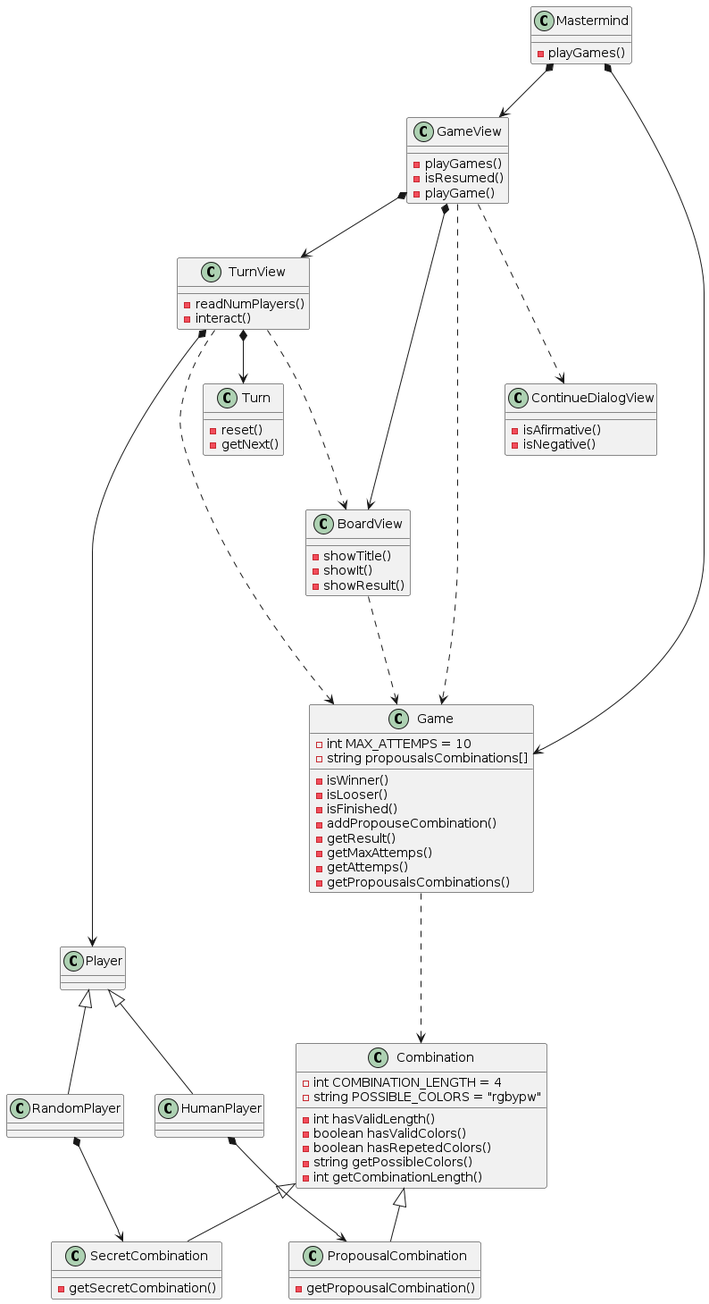
This is doc/img/mastermind_clases.png from garmitano/MasterPyD---Games, a PlantUML export, as it was before one commit.
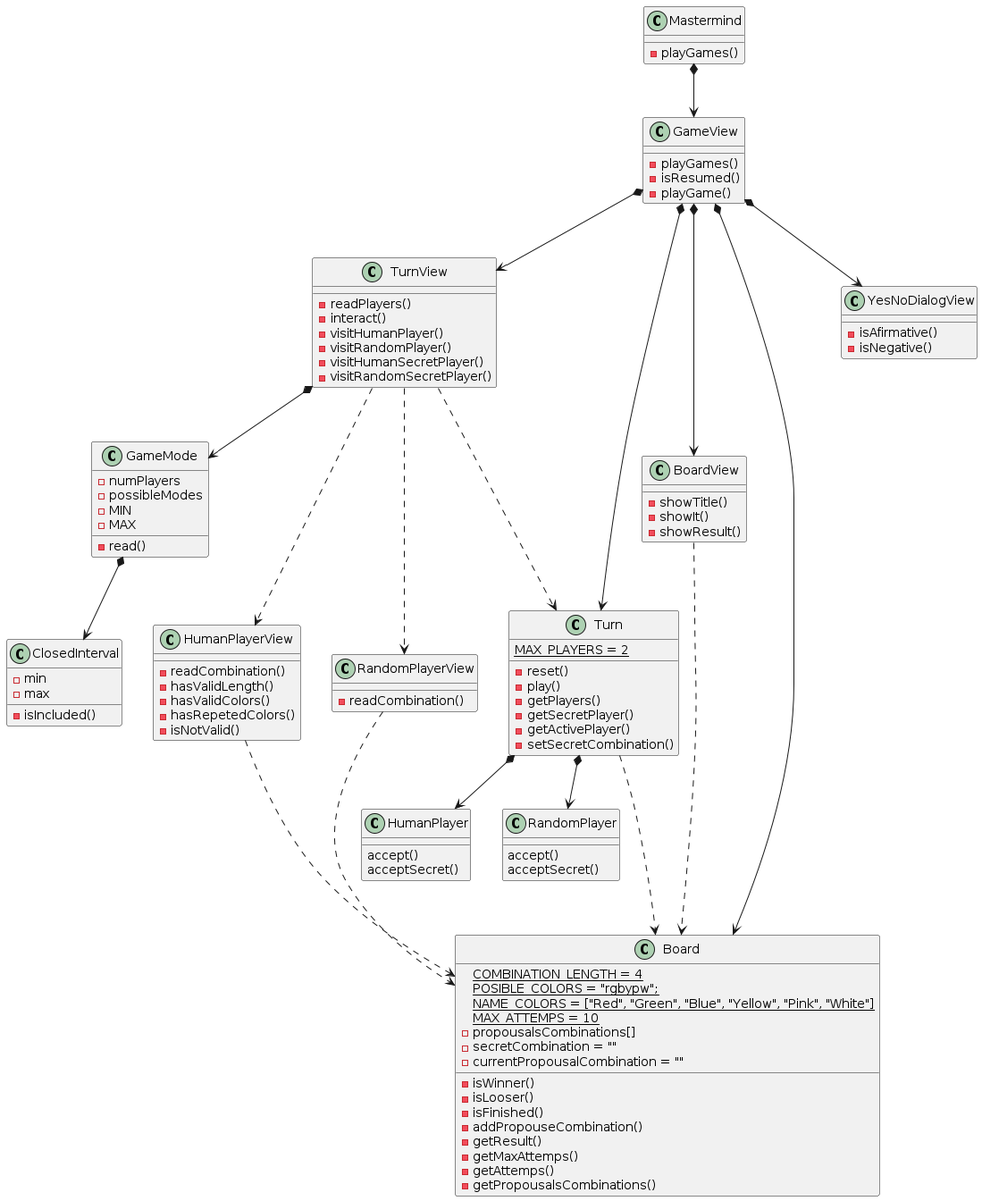
Later version of the same file.

What changed in the source:
```diff
@@ -4,9 +4,57 @@
     - playGames()
 }
 
-class Game {
-    - int MAX_ATTEMPS = 10
-    - string propousalsCombinations[]
+class GameView{
+    - playGames()
+    - isResumed()
+    - playGame()
+}
+
+class TurnView{
+    - readPlayers()
+    - interact()
+    - visitHumanPlayer()
+    - visitRandomPlayer()
+    - visitHumanSecretPlayer()
+    - visitRandomSecretPlayer()
+}
+
+class HumanPlayerView{
+    - readCombination()
+    - hasValidLength()
+    - hasValidColors()
+    - hasRepetedColors()
+    - isNotValid()
+}
+
+class RandomPlayerView{
+    - readCombination()
+}
+
+class Turn{
+    {static} MAX_PLAYERS = 2
+    - reset()
+    - play()
+    - getPlayers()
+    - getSecretPlayer()
+    - getActivePlayer()
+    - setSecretCombination()
+}
+
+class BoardView{
+    - showTitle()
+    - showIt()
+    - showResult()
+}
+
+class Board {
+    {static} COMBINATION_LENGTH = 4
+    {static} POSIBLE_COLORS = "rgbypw";
+    {static} NAME_COLORS = ["Red", "Green", "Blue", "Yellow", "Pink", "White"]
+    {static} MAX_ATTEMPS = 10
+    - propousalsCombinations[]
+    - secretCombination = ""
+    - currentPropousalCombination = ""
     - isWinner()
     - isLooser()
     - isFinished()
@@ -17,78 +65,57 @@
     - getPropousalsCombinations()
 }
 
-class GameView{
-    - playGames()
-    - isResumed()
-    - playGame()
+class HumanPlayer{
+    accept()
+    acceptSecret()
 }
 
-class TurnView{
-    - readNumPlayers()
-    - interact()
+class RandomPlayer{
+    accept()
+    acceptSecret()
 }
 
-class Turn{
-    - reset()
-    - getNext()
+class GameMode{
+    - numPlayers
+    - possibleModes
+    - MIN
+    - MAX
+    - read()
 }
 
-class BoardView{
-    - showTitle()
-    - showIt()
-    - showResult()
+class ClosedInterval{
+    - min
+    - max
+    - isIncluded()
 }
 
-class ContinueDialogView{
+class YesNoDialogView{
     - isAfirmative()
     - isNegative()
 }
 
-class Combination{
-    - int COMBINATION_LENGTH = 4
-    - string POSSIBLE_COLORS = "rgbypw"
-    - int hasValidLength()
-    - boolean hasValidColors()
-    - boolean hasRepetedColors()
-    - string getPossibleColors()
-    - int getCombinationLength()
-
-}
-class SecretCombination{
-    - getSecretCombination()
-}
-class PropousalCombination{
-    - getPropousalCombination()
-}
-
-class Player{}
-class RandomPlayer{}
-class HumanPlayer{}
-
 Mastermind *-down-> GameView
-Mastermind *-down-> Game
 
 GameView *-down-> BoardView
 GameView *-down-> TurnView
-GameView .-down-> Game
-GameView .-down-> ContinueDialogView
+GameView *-down-> Board
+GameView *-down-> Turn
+GameView *-down-> YesNoDialogView
 
-TurnView *-down-> Turn
-TurnView *-down-> Player
-TurnView .-down-> BoardView
-TurnView .-down-> Game
+TurnView .-down-> Turn
+TurnView *-down-> GameMode
+TurnView .-down-> HumanPlayerView
+TurnView .-down-> RandomPlayerView
 
-Game .-down-> Combination
+Turn .-down-> Board
+Turn *-down-> HumanPlayer
+Turn *-down-> RandomPlayer
 
-BoardView .-down-> Game
+BoardView .-down-> Board
 
-Player <|-down- RandomPlayer
-Player <|-down- HumanPlayer
+HumanPlayerView .-down-> Board
 
-RandomPlayer *-down-> SecretCombination
+RandomPlayerView .-down-> Board
 
-HumanPlayer *-down-> PropousalCombination
-
-Combination <|-down- SecretCombination
-Combination <|-down- PropousalCombination
+GameMode *-down-> ClosedInterval
 @enduml
```
